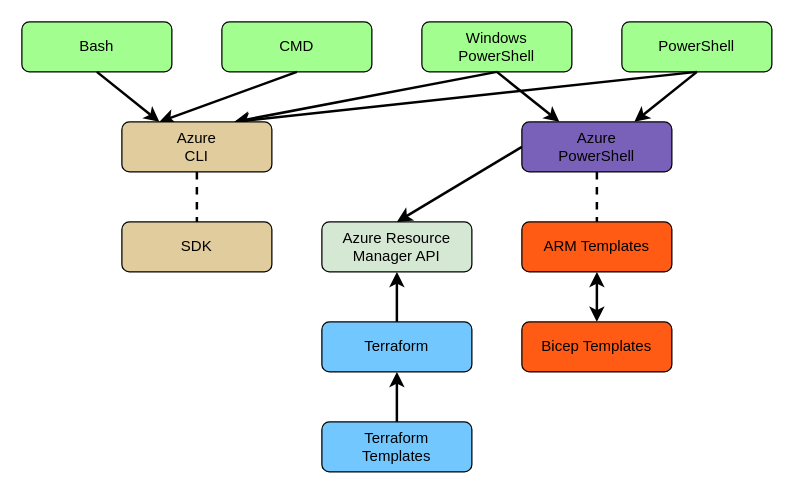
Before: Azure Automation.drawio in omisawant/Theory, a draw.io diagram. Source tidied: cells renumbered, new cells numbered last; positions are measured from the earlier drawing's top-left corner, leaving out a move shared by most shapes. Both pictures are drawn from the tidied source at 125%, with x=0, y=0 at pixel (21, 21).
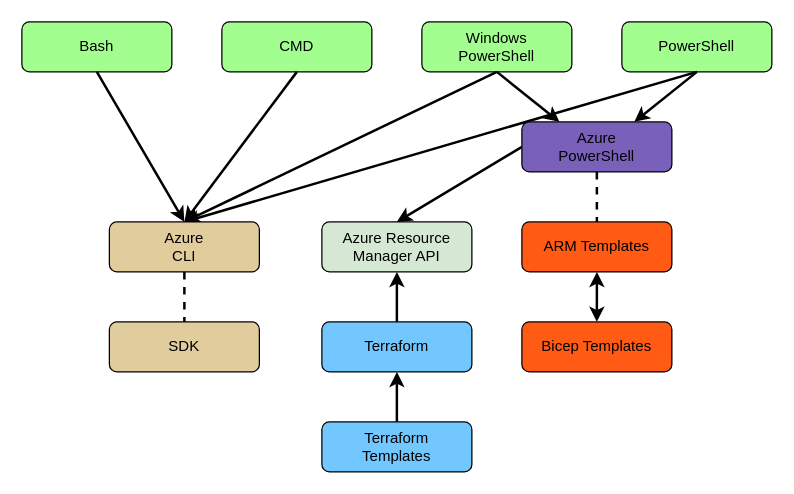
Above is the later version.

The change refers to these unchanged cells:
```xml
<mxCell id="2" value="Bash" style="rounded=1;whiteSpace=wrap;html=1;fillStyle=auto;fillColor=#A2FF8F;" parent="1" vertex="1">
  <mxGeometry width="120" height="40" as="geometry" />
</mxCell>
<mxCell id="3" value="CMD" style="rounded=1;whiteSpace=wrap;html=1;fillStyle=auto;fillColor=#A2FF8F;" parent="1" vertex="1">
  <mxGeometry x="160" width="120" height="40" as="geometry" />
</mxCell>
<mxCell id="4" value="Windows&lt;br&gt;PowerShell" style="rounded=1;whiteSpace=wrap;html=1;fillStyle=auto;fillColor=#A2FF8F;" parent="1" vertex="1">
  <mxGeometry x="320" width="120" height="40" as="geometry" />
</mxCell>
<mxCell id="5" value="PowerShell" style="rounded=1;whiteSpace=wrap;html=1;fillStyle=auto;fillColor=#A2FF8F;" parent="1" vertex="1">
  <mxGeometry x="480" width="120" height="40" as="geometry" />
</mxCell>
```

Change to the diagram source:
```diff
@@
-    <mxCell id="6" style="rounded=0;jettySize=auto;html=1;exitX=0.25;exitY=0;exitDx=0;exitDy=0;entryX=0.5;entryY=1;entryDx=0;entryDy=0;strokeWidth=2;endArrow=none;endFill=0;startArrow=classic;startFill=1;" parent="1" edge="1" source="11" target="2">
+    <mxCell id="6" style="rounded=0;jettySize=auto;html=1;exitX=0.5;exitY=0;exitDx=0;exitDy=0;entryX=0.5;entryY=1;entryDx=0;entryDy=0;strokeWidth=2;endArrow=none;endFill=0;startArrow=classic;startFill=1;" parent="1" edge="1" source="11" target="2">
       <mxGeometry relative="1" as="geometry" />
     </mxCell>
-    <mxCell id="7" style="rounded=0;jettySize=auto;html=1;exitX=0.25;exitY=0;exitDx=0;exitDy=0;entryX=0.5;entryY=1;entryDx=0;entryDy=0;strokeWidth=2;endArrow=none;endFill=0;startArrow=classic;startFill=1;" parent="1" edge="1" source="11" target="3">
+    <mxCell id="7" style="rounded=0;jettySize=auto;html=1;exitX=0.5;exitY=0;exitDx=0;exitDy=0;entryX=0.5;entryY=1;entryDx=0;entryDy=0;strokeWidth=2;endArrow=none;endFill=0;startArrow=classic;startFill=1;" parent="1" edge="1" source="11" target="3">
       <mxGeometry relative="1" as="geometry" />
     </mxCell>
-    <mxCell id="8" style="rounded=0;jettySize=auto;html=1;exitX=0.75;exitY=0;exitDx=0;exitDy=0;entryX=0.5;entryY=1;entryDx=0;entryDy=0;strokeWidth=2;endArrow=none;endFill=0;startArrow=classic;startFill=1;" parent="1" edge="1" source="11" target="4">
+    <mxCell id="8" style="rounded=0;jettySize=auto;html=1;exitX=0.5;exitY=0;exitDx=0;exitDy=0;entryX=0.5;entryY=1;entryDx=0;entryDy=0;strokeWidth=2;endArrow=none;endFill=0;startArrow=classic;startFill=1;" parent="1" edge="1" source="11" target="4">
       <mxGeometry relative="1" as="geometry" />
     </mxCell>
-    <mxCell id="9" style="rounded=0;jettySize=auto;html=1;exitX=0.75;exitY=0;exitDx=0;exitDy=0;entryX=0.5;entryY=1;entryDx=0;entryDy=0;strokeWidth=2;endArrow=none;endFill=0;startArrow=classic;startFill=1;" parent="1" edge="1" source="11" target="5">
+    <mxCell id="9" style="rounded=0;jettySize=auto;html=1;exitX=0.5;exitY=0;exitDx=0;exitDy=0;entryX=0.5;entryY=1;entryDx=0;entryDy=0;strokeWidth=2;endArrow=none;endFill=0;startArrow=classic;startFill=1;" parent="1" edge="1" source="11" target="5">
       <mxGeometry relative="1" as="geometry" />
     </mxCell>
@@
     <mxCell id="11" value="Azure&lt;br&gt;CLI" style="rounded=1;whiteSpace=wrap;html=1;fillColor=#E0CC9D;" parent="1" vertex="1">
-      <mxGeometry x="80" y="80" width="120" height="40" as="geometry" />
+      <mxGeometry x="70" y="160" width="120" height="40" as="geometry" />
     </mxCell>
@@
     <mxCell id="17" value="SDK" style="rounded=1;whiteSpace=wrap;html=1;fillColor=#E0CC9D;" parent="1" vertex="1">
-      <mxGeometry x="80" y="160" width="120" height="40" as="geometry" />
+      <mxGeometry x="70" y="240" width="120" height="40" as="geometry" />
     </mxCell>
```
